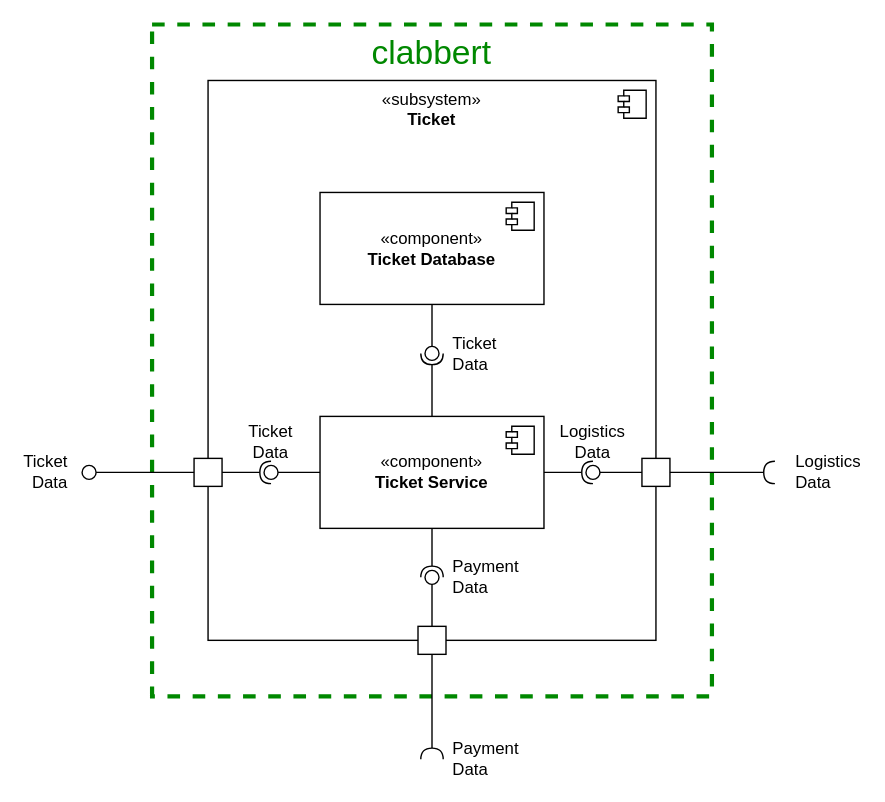
Above: documentation/course/e2/images/component-diagram-clabbert.drawio.svg in PWR-ACS-SE-24/SoftwareSystemDesign (draw.io), before the change. Source tidied: cells renumbered, new cells last; positions are measured from the earlier drawing's top-left corner, leaving out a move shared by most shapes.
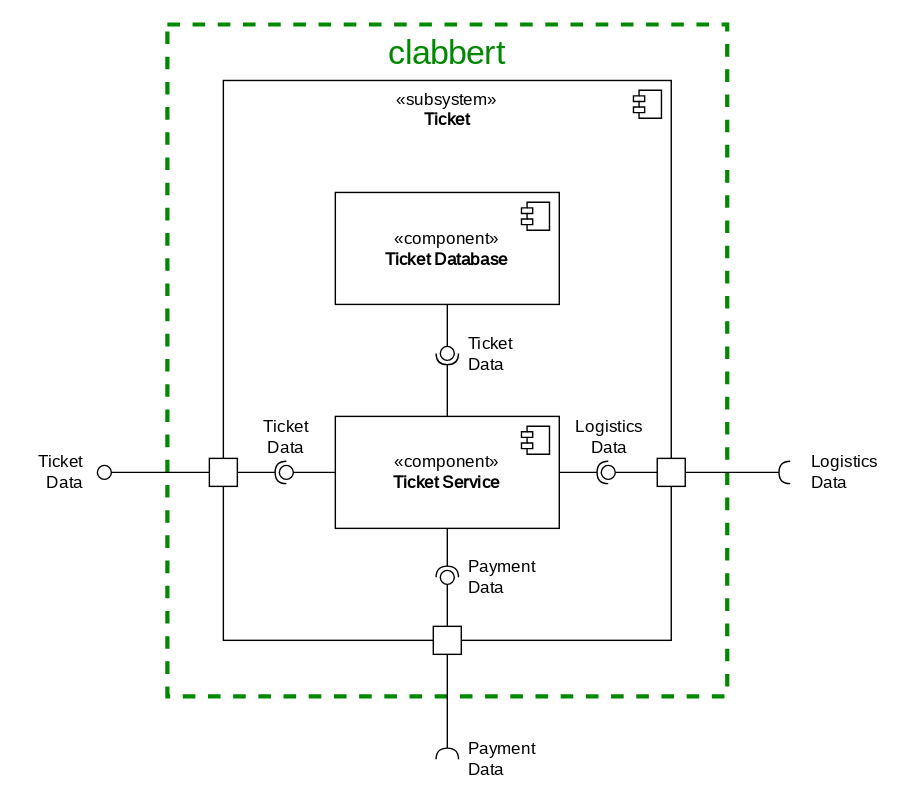
After the commit.

Commit message:
PR: New mechanism descriptions and diagrams font change and Clabbert endpoints part2 (#26)

The edit, as a diff of the source:
```diff
@@ -2,94 +2,94 @@
   <root>
     <mxCell id="0" />
     <mxCell id="1" parent="0" />
-    <mxCell id="2" value="clabbert" style="rounded=0;whiteSpace=wrap;html=1;dashed=1;strokeWidth=3;fillColor=none;strokeColor=#008800;fontSize=24;verticalAlign=top;fontColor=#008800;" parent="1" vertex="1">
+    <mxCell id="2" value="clabbert" style="rounded=0;whiteSpace=wrap;html=1;dashed=1;strokeWidth=3;fillColor=none;strokeColor=#008800;fontSize=24;verticalAlign=top;fontColor=#008800;fontFamily=JetBrains Mono;fontSource=https%3A%2F%2Ffonts.googleapis.com%2Fcss%3Ffamily%3DJetBrains%2BMono;" parent="1" vertex="1">
       <mxGeometry x="50" width="400" height="480" as="geometry" />
     </mxCell>
-    <mxCell id="3" value="«subsystem»&lt;br&gt;&lt;div&gt;&lt;b&gt;Ticket&lt;br&gt;&lt;/b&gt;&lt;/div&gt;" style="html=1;whiteSpace=wrap;verticalAlign=top;" parent="1" vertex="1">
+    <mxCell id="3" value="«subsystem»&lt;br&gt;&lt;div&gt;&lt;b&gt;Ticket&lt;br&gt;&lt;/b&gt;&lt;/div&gt;" style="html=1;whiteSpace=wrap;verticalAlign=top;fontFamily=JetBrains Mono;fontSource=https%3A%2F%2Ffonts.googleapis.com%2Fcss%3Ffamily%3DJetBrains%2BMono;" parent="1" vertex="1">
       <mxGeometry x="90" y="40" width="320" height="400" as="geometry" />
     </mxCell>
-    <mxCell id="4" style="shape=module;jettyWidth=8;jettyHeight=4;" parent="3" vertex="1">
+    <mxCell id="4" style="shape=module;jettyWidth=8;jettyHeight=4;fontFamily=JetBrains Mono;fontSource=https%3A%2F%2Ffonts.googleapis.com%2Fcss%3Ffamily%3DJetBrains%2BMono;" parent="3" vertex="1">
       <mxGeometry x="1" width="20" height="20" relative="1" as="geometry">
         <mxPoint x="-27" y="7" as="offset" />
       </mxGeometry>
     </mxCell>
-    <mxCell id="5" value="&lt;div&gt;«component»&lt;/div&gt;&lt;div&gt;&lt;b&gt;Ticket Service&lt;/b&gt;&lt;br&gt;&lt;/div&gt;" style="html=1;whiteSpace=wrap;" parent="1" vertex="1">
+    <mxCell id="5" value="&lt;div&gt;«component»&lt;/div&gt;&lt;div&gt;&lt;b&gt;Ticket Service&lt;/b&gt;&lt;br&gt;&lt;/div&gt;" style="html=1;whiteSpace=wrap;fontFamily=JetBrains Mono;fontSource=https%3A%2F%2Ffonts.googleapis.com%2Fcss%3Ffamily%3DJetBrains%2BMono;" parent="1" vertex="1">
       <mxGeometry x="170" y="280" width="160" height="80" as="geometry" />
     </mxCell>
-    <mxCell id="6" style="shape=module;jettyWidth=8;jettyHeight=4;" parent="5" vertex="1">
+    <mxCell id="6" style="shape=module;jettyWidth=8;jettyHeight=4;fontFamily=JetBrains Mono;fontSource=https%3A%2F%2Ffonts.googleapis.com%2Fcss%3Ffamily%3DJetBrains%2BMono;" parent="5" vertex="1">
       <mxGeometry x="1" width="20" height="20" relative="1" as="geometry">
         <mxPoint x="-27" y="7" as="offset" />
       </mxGeometry>
     </mxCell>
-    <mxCell id="7" value="&lt;div&gt;«component»&lt;b&gt;&lt;br&gt;&lt;/b&gt;&lt;/div&gt;&lt;div&gt;&lt;b&gt;Ticket Database&lt;/b&gt;&lt;/div&gt;" style="html=1;whiteSpace=wrap;" parent="1" vertex="1">
+    <mxCell id="7" value="&lt;div&gt;«component»&lt;b&gt;&lt;br&gt;&lt;/b&gt;&lt;/div&gt;&lt;div&gt;&lt;b&gt;Ticket Database&lt;/b&gt;&lt;/div&gt;" style="html=1;whiteSpace=wrap;fontFamily=JetBrains Mono;fontSource=https%3A%2F%2Ffonts.googleapis.com%2Fcss%3Ffamily%3DJetBrains%2BMono;" parent="1" vertex="1">
       <mxGeometry x="170" y="120" width="160" height="80" as="geometry" />
     </mxCell>
-    <mxCell id="8" style="shape=module;jettyWidth=8;jettyHeight=4;" parent="7" vertex="1">
+    <mxCell id="8" style="shape=module;jettyWidth=8;jettyHeight=4;fontFamily=JetBrains Mono;fontSource=https%3A%2F%2Ffonts.googleapis.com%2Fcss%3Ffamily%3DJetBrains%2BMono;" parent="7" vertex="1">
       <mxGeometry x="1" width="20" height="20" relative="1" as="geometry">
         <mxPoint x="-27" y="7" as="offset" />
       </mxGeometry>
     </mxCell>
-    <mxCell id="9" style="rounded=0;jettySize=auto;html=1;endArrow=halfCircle;endFill=0;endSize=6;strokeWidth=1;sketch=0;exitX=0.5;exitY=0;exitDx=0;exitDy=0;" parent="1" edge="1" source="5" target="11">
+    <mxCell id="9" style="rounded=0;jettySize=auto;html=1;endArrow=halfCircle;endFill=0;endSize=6;strokeWidth=1;sketch=0;exitX=0.5;exitY=0;exitDx=0;exitDy=0;fontFamily=JetBrains Mono;fontSource=https%3A%2F%2Ffonts.googleapis.com%2Fcss%3Ffamily%3DJetBrains%2BMono;" parent="1" edge="1" source="5" target="11">
       <mxGeometry relative="1" as="geometry" />
     </mxCell>
-    <mxCell id="10" style="rounded=0;jettySize=auto;html=1;endArrow=oval;endFill=0;sketch=0;sourcePerimeterSpacing=0;targetPerimeterSpacing=0;endSize=10;exitX=0.5;exitY=1;exitDx=0;exitDy=0;" parent="1" edge="1" source="7" target="11">
+    <mxCell id="10" style="rounded=0;jettySize=auto;html=1;endArrow=oval;endFill=0;sketch=0;sourcePerimeterSpacing=0;targetPerimeterSpacing=0;endSize=10;exitX=0.5;exitY=1;exitDx=0;exitDy=0;fontFamily=JetBrains Mono;fontSource=https%3A%2F%2Ffonts.googleapis.com%2Fcss%3Ffamily%3DJetBrains%2BMono;" parent="1" edge="1" source="7" target="11">
       <mxGeometry relative="1" as="geometry" />
     </mxCell>
-    <mxCell id="11" value="&lt;div&gt;Ticket&lt;/div&gt;&lt;div&gt;Data&lt;br&gt;&lt;/div&gt;" style="ellipse;whiteSpace=wrap;html=1;align=left;fillColor=none;strokeColor=none;perimeter=centerPerimeter;points=[];outlineConnect=1;labelPosition=right;verticalLabelPosition=middle;verticalAlign=middle;spacingLeft=8;" parent="1" vertex="1">
+    <mxCell id="11" value="&lt;div&gt;Ticket&lt;/div&gt;&lt;div&gt;Data&lt;br&gt;&lt;/div&gt;" style="ellipse;whiteSpace=wrap;html=1;align=left;fillColor=none;strokeColor=none;perimeter=centerPerimeter;points=[];outlineConnect=1;labelPosition=right;verticalLabelPosition=middle;verticalAlign=middle;spacingLeft=8;fontFamily=JetBrains Mono;fontSource=https%3A%2F%2Ffonts.googleapis.com%2Fcss%3Ffamily%3DJetBrains%2BMono;" parent="1" vertex="1">
       <mxGeometry x="245" y="230" width="10" height="10" as="geometry" />
     </mxCell>
-    <mxCell id="12" style="fontStyle=0;labelPosition=right;verticalLabelPosition=middle;align=left;verticalAlign=middle;spacingLeft=2;" parent="1" vertex="1">
+    <mxCell id="12" style="fontStyle=0;labelPosition=right;verticalLabelPosition=middle;align=left;verticalAlign=middle;spacingLeft=2;fontFamily=JetBrains Mono;fontSource=https%3A%2F%2Ffonts.googleapis.com%2Fcss%3Ffamily%3DJetBrains%2BMono;" parent="1" vertex="1">
       <mxGeometry x="80" y="310" width="20" height="20" as="geometry" />
     </mxCell>
-    <mxCell id="13" style="fontStyle=0;labelPosition=right;verticalLabelPosition=middle;align=left;verticalAlign=middle;spacingLeft=2;" parent="1" vertex="1">
+    <mxCell id="13" style="fontStyle=0;labelPosition=right;verticalLabelPosition=middle;align=left;verticalAlign=middle;spacingLeft=2;fontFamily=JetBrains Mono;fontSource=https%3A%2F%2Ffonts.googleapis.com%2Fcss%3Ffamily%3DJetBrains%2BMono;" parent="1" vertex="1">
       <mxGeometry x="240" y="430" width="20" height="20" as="geometry" />
     </mxCell>
-    <mxCell id="14" style="fontStyle=0;labelPosition=right;verticalLabelPosition=middle;align=left;verticalAlign=middle;spacingLeft=2;" parent="1" vertex="1">
+    <mxCell id="14" style="fontStyle=0;labelPosition=right;verticalLabelPosition=middle;align=left;verticalAlign=middle;spacingLeft=2;fontFamily=JetBrains Mono;fontSource=https%3A%2F%2Ffonts.googleapis.com%2Fcss%3Ffamily%3DJetBrains%2BMono;" parent="1" vertex="1">
       <mxGeometry x="400" y="310" width="20" height="20" as="geometry" />
     </mxCell>
-    <mxCell id="15" style="rounded=0;jettySize=auto;html=1;endArrow=halfCircle;endFill=0;endSize=6;strokeWidth=1;sketch=0;exitX=1;exitY=0.5;exitDx=0;exitDy=0;" parent="1" edge="1" source="12" target="17">
+    <mxCell id="15" style="rounded=0;jettySize=auto;html=1;endArrow=halfCircle;endFill=0;endSize=6;strokeWidth=1;sketch=0;exitX=1;exitY=0.5;exitDx=0;exitDy=0;fontFamily=JetBrains Mono;fontSource=https%3A%2F%2Ffonts.googleapis.com%2Fcss%3Ffamily%3DJetBrains%2BMono;" parent="1" edge="1" source="12" target="17">
       <mxGeometry relative="1" as="geometry" />
     </mxCell>
-    <mxCell id="16" style="rounded=0;jettySize=auto;html=1;endArrow=oval;endFill=0;sketch=0;sourcePerimeterSpacing=0;targetPerimeterSpacing=0;endSize=10;exitX=0;exitY=0.5;exitDx=0;exitDy=0;" parent="1" edge="1" source="5" target="17">
+    <mxCell id="16" style="rounded=0;jettySize=auto;html=1;endArrow=oval;endFill=0;sketch=0;sourcePerimeterSpacing=0;targetPerimeterSpacing=0;endSize=10;exitX=0;exitY=0.5;exitDx=0;exitDy=0;fontFamily=JetBrains Mono;fontSource=https%3A%2F%2Ffonts.googleapis.com%2Fcss%3Ffamily%3DJetBrains%2BMono;" parent="1" edge="1" source="5" target="17">
       <mxGeometry relative="1" as="geometry" />
     </mxCell>
-    <mxCell id="17" value="&lt;div&gt;Ticket&lt;/div&gt;&lt;div&gt;Data&lt;br&gt;&lt;/div&gt;" style="ellipse;whiteSpace=wrap;html=1;align=center;fillColor=none;strokeColor=none;perimeter=centerPerimeter;points=[];outlineConnect=1;labelPosition=center;verticalLabelPosition=top;verticalAlign=bottom;" parent="1" vertex="1">
+    <mxCell id="17" value="&lt;div&gt;Ticket&lt;/div&gt;&lt;div&gt;Data&lt;br&gt;&lt;/div&gt;" style="ellipse;whiteSpace=wrap;html=1;align=center;fillColor=none;strokeColor=none;perimeter=centerPerimeter;points=[];outlineConnect=1;labelPosition=center;verticalLabelPosition=top;verticalAlign=bottom;fontFamily=JetBrains Mono;fontSource=https%3A%2F%2Ffonts.googleapis.com%2Fcss%3Ffamily%3DJetBrains%2BMono;spacingBottom=3;" parent="1" vertex="1">
       <mxGeometry x="130" y="315" width="10" height="10" as="geometry" />
     </mxCell>
-    <mxCell id="18" style="rounded=0;jettySize=auto;html=1;endArrow=oval;endFill=0;sketch=0;sourcePerimeterSpacing=0;targetPerimeterSpacing=0;endSize=10;exitX=0;exitY=0.5;exitDx=0;exitDy=0;" parent="1" edge="1" source="12" target="19">
+    <mxCell id="18" style="rounded=0;jettySize=auto;html=1;endArrow=oval;endFill=0;sketch=0;sourcePerimeterSpacing=0;targetPerimeterSpacing=0;endSize=10;exitX=0;exitY=0.5;exitDx=0;exitDy=0;fontFamily=JetBrains Mono;fontSource=https%3A%2F%2Ffonts.googleapis.com%2Fcss%3Ffamily%3DJetBrains%2BMono;" parent="1" edge="1" source="12" target="19">
       <mxGeometry relative="1" as="geometry" />
     </mxCell>
-    <mxCell id="19" value="&lt;div&gt;Ticket&lt;/div&gt;&lt;div&gt;Data&lt;br&gt;&lt;/div&gt;" style="ellipse;whiteSpace=wrap;html=1;align=right;fillColor=none;strokeColor=none;perimeter=centerPerimeter;points=[];outlineConnect=1;labelPosition=left;verticalLabelPosition=middle;verticalAlign=middle;spacingRight=8;" parent="1" vertex="1">
+    <mxCell id="19" value="&lt;div&gt;Ticket&lt;/div&gt;&lt;div&gt;Data&lt;br&gt;&lt;/div&gt;" style="ellipse;whiteSpace=wrap;html=1;align=right;fillColor=none;strokeColor=none;perimeter=centerPerimeter;points=[];outlineConnect=1;labelPosition=left;verticalLabelPosition=middle;verticalAlign=middle;spacingRight=8;fontFamily=JetBrains Mono;fontSource=https%3A%2F%2Ffonts.googleapis.com%2Fcss%3Ffamily%3DJetBrains%2BMono;" parent="1" vertex="1">
       <mxGeometry y="315" width="10" height="10" as="geometry" />
     </mxCell>
-    <mxCell id="20" style="rounded=0;jettySize=auto;html=1;endArrow=halfCircle;endFill=0;endSize=6;strokeWidth=1;sketch=0;exitX=0.5;exitY=1;exitDx=0;exitDy=0;" parent="1" edge="1" source="5" target="22">
+    <mxCell id="20" style="rounded=0;jettySize=auto;html=1;endArrow=halfCircle;endFill=0;endSize=6;strokeWidth=1;sketch=0;exitX=0.5;exitY=1;exitDx=0;exitDy=0;fontFamily=JetBrains Mono;fontSource=https%3A%2F%2Ffonts.googleapis.com%2Fcss%3Ffamily%3DJetBrains%2BMono;" parent="1" edge="1" source="5" target="22">
       <mxGeometry relative="1" as="geometry" />
     </mxCell>
-    <mxCell id="21" style="rounded=0;jettySize=auto;html=1;endArrow=oval;endFill=0;sketch=0;sourcePerimeterSpacing=0;targetPerimeterSpacing=0;endSize=10;exitX=0.5;exitY=0;exitDx=0;exitDy=0;" parent="1" edge="1" source="13" target="22">
+    <mxCell id="21" style="rounded=0;jettySize=auto;html=1;endArrow=oval;endFill=0;sketch=0;sourcePerimeterSpacing=0;targetPerimeterSpacing=0;endSize=10;exitX=0.5;exitY=0;exitDx=0;exitDy=0;fontFamily=JetBrains Mono;fontSource=https%3A%2F%2Ffonts.googleapis.com%2Fcss%3Ffamily%3DJetBrains%2BMono;" parent="1" edge="1" source="13" target="22">
       <mxGeometry relative="1" as="geometry" />
     </mxCell>
-    <mxCell id="22" value="&lt;div&gt;Payment&lt;/div&gt;&lt;div&gt;Data&lt;br&gt;&lt;/div&gt;" style="ellipse;whiteSpace=wrap;html=1;align=left;fillColor=none;strokeColor=none;perimeter=centerPerimeter;points=[];outlineConnect=1;labelPosition=right;verticalLabelPosition=middle;verticalAlign=middle;spacingLeft=8;" parent="1" vertex="1">
+    <mxCell id="22" value="&lt;div&gt;Payment&lt;/div&gt;&lt;div&gt;Data&lt;br&gt;&lt;/div&gt;" style="ellipse;whiteSpace=wrap;html=1;align=left;fillColor=none;strokeColor=none;perimeter=centerPerimeter;points=[];outlineConnect=1;labelPosition=right;verticalLabelPosition=middle;verticalAlign=middle;spacingLeft=8;fontFamily=JetBrains Mono;fontSource=https%3A%2F%2Ffonts.googleapis.com%2Fcss%3Ffamily%3DJetBrains%2BMono;" parent="1" vertex="1">
       <mxGeometry x="245" y="390" width="10" height="10" as="geometry" />
     </mxCell>
-    <mxCell id="23" style="rounded=0;jettySize=auto;html=1;endArrow=halfCircle;endFill=0;endSize=6;strokeWidth=1;sketch=0;exitX=1;exitY=0.5;exitDx=0;exitDy=0;" parent="1" edge="1" source="5" target="25">
+    <mxCell id="23" style="rounded=0;jettySize=auto;html=1;endArrow=halfCircle;endFill=0;endSize=6;strokeWidth=1;sketch=0;exitX=1;exitY=0.5;exitDx=0;exitDy=0;fontFamily=JetBrains Mono;fontSource=https%3A%2F%2Ffonts.googleapis.com%2Fcss%3Ffamily%3DJetBrains%2BMono;" parent="1" edge="1" source="5" target="25">
       <mxGeometry relative="1" as="geometry" />
     </mxCell>
-    <mxCell id="24" style="rounded=0;jettySize=auto;html=1;endArrow=oval;endFill=0;sketch=0;sourcePerimeterSpacing=0;targetPerimeterSpacing=0;endSize=10;exitX=0;exitY=0.5;exitDx=0;exitDy=0;" parent="1" edge="1" source="14" target="25">
+    <mxCell id="24" style="rounded=0;jettySize=auto;html=1;endArrow=oval;endFill=0;sketch=0;sourcePerimeterSpacing=0;targetPerimeterSpacing=0;endSize=10;exitX=0;exitY=0.5;exitDx=0;exitDy=0;fontFamily=JetBrains Mono;fontSource=https%3A%2F%2Ffonts.googleapis.com%2Fcss%3Ffamily%3DJetBrains%2BMono;" parent="1" edge="1" source="14" target="25">
       <mxGeometry relative="1" as="geometry" />
     </mxCell>
-    <mxCell id="25" value="&lt;div&gt;Logistics&lt;/div&gt;&lt;div&gt;Data&lt;br&gt;&lt;/div&gt;" style="ellipse;whiteSpace=wrap;html=1;align=center;fillColor=none;strokeColor=none;perimeter=centerPerimeter;points=[];outlineConnect=1;labelPosition=center;verticalLabelPosition=top;verticalAlign=bottom;" parent="1" vertex="1">
+    <mxCell id="25" value="&lt;div&gt;Logistics&lt;/div&gt;&lt;div&gt;Data&lt;br&gt;&lt;/div&gt;" style="ellipse;whiteSpace=wrap;html=1;align=center;fillColor=none;strokeColor=none;perimeter=centerPerimeter;points=[];outlineConnect=1;labelPosition=center;verticalLabelPosition=top;verticalAlign=bottom;fontFamily=JetBrains Mono;fontSource=https%3A%2F%2Ffonts.googleapis.com%2Fcss%3Ffamily%3DJetBrains%2BMono;spacingBottom=3;spacingLeft=2;" parent="1" vertex="1">
       <mxGeometry x="360" y="315" width="10" height="10" as="geometry" />
     </mxCell>
-    <mxCell id="26" style="rounded=0;jettySize=auto;html=1;endArrow=halfCircle;endFill=0;endSize=6;strokeWidth=1;sketch=0;exitX=1;exitY=0.5;exitDx=0;exitDy=0;" parent="1" edge="1" source="14" target="27">
+    <mxCell id="26" style="rounded=0;jettySize=auto;html=1;endArrow=halfCircle;endFill=0;endSize=6;strokeWidth=1;sketch=0;exitX=1;exitY=0.5;exitDx=0;exitDy=0;fontFamily=JetBrains Mono;fontSource=https%3A%2F%2Ffonts.googleapis.com%2Fcss%3Ffamily%3DJetBrains%2BMono;" parent="1" edge="1" source="14" target="27">
       <mxGeometry relative="1" as="geometry" />
     </mxCell>
-    <mxCell id="27" value="&lt;div&gt;Logistics&lt;/div&gt;&lt;div&gt;Data&lt;br&gt;&lt;/div&gt;" style="ellipse;whiteSpace=wrap;html=1;align=left;fillColor=none;strokeColor=none;perimeter=centerPerimeter;points=[];outlineConnect=1;labelPosition=right;verticalLabelPosition=middle;verticalAlign=middle;spacingLeft=8;" parent="1" vertex="1">
+    <mxCell id="27" value="&lt;div&gt;Logistics&lt;/div&gt;&lt;div&gt;Data&lt;br&gt;&lt;/div&gt;" style="ellipse;whiteSpace=wrap;html=1;align=left;fillColor=none;strokeColor=none;perimeter=centerPerimeter;points=[];outlineConnect=1;labelPosition=right;verticalLabelPosition=middle;verticalAlign=middle;spacingLeft=8;fontFamily=JetBrains Mono;fontSource=https%3A%2F%2Ffonts.googleapis.com%2Fcss%3Ffamily%3DJetBrains%2BMono;" parent="1" vertex="1">
       <mxGeometry x="490" y="315" width="10" height="10" as="geometry" />
     </mxCell>
-    <mxCell id="28" style="rounded=0;jettySize=auto;html=1;endArrow=halfCircle;endFill=0;endSize=6;strokeWidth=1;sketch=0;exitX=0.5;exitY=1;exitDx=0;exitDy=0;" parent="1" edge="1" source="13" target="29">
+    <mxCell id="28" style="rounded=0;jettySize=auto;html=1;endArrow=halfCircle;endFill=0;endSize=6;strokeWidth=1;sketch=0;exitX=0.5;exitY=1;exitDx=0;exitDy=0;fontFamily=JetBrains Mono;fontSource=https%3A%2F%2Ffonts.googleapis.com%2Fcss%3Ffamily%3DJetBrains%2BMono;" parent="1" edge="1" source="13" target="29">
       <mxGeometry relative="1" as="geometry" />
     </mxCell>
-    <mxCell id="29" value="&lt;div&gt;Payment&lt;/div&gt;&lt;div&gt;Data&lt;br&gt;&lt;/div&gt;" style="ellipse;whiteSpace=wrap;html=1;align=left;fillColor=none;strokeColor=none;perimeter=centerPerimeter;points=[];outlineConnect=1;spacingLeft=8;labelPosition=right;verticalLabelPosition=middle;verticalAlign=middle;" parent="1" vertex="1">
+    <mxCell id="29" value="&lt;div&gt;Payment&lt;/div&gt;&lt;div&gt;Data&lt;br&gt;&lt;/div&gt;" style="ellipse;whiteSpace=wrap;html=1;align=left;fillColor=none;strokeColor=none;perimeter=centerPerimeter;points=[];outlineConnect=1;spacingLeft=8;labelPosition=right;verticalLabelPosition=middle;verticalAlign=middle;fontFamily=JetBrains Mono;fontSource=https%3A%2F%2Ffonts.googleapis.com%2Fcss%3Ffamily%3DJetBrains%2BMono;" parent="1" vertex="1">
       <mxGeometry x="245" y="520" width="10" height="10" as="geometry" />
     </mxCell>
   </root>
```
